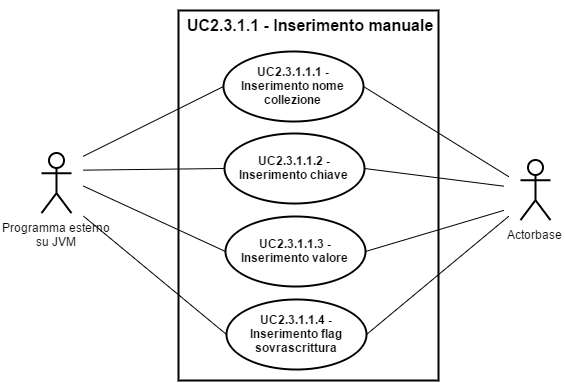
ScalateKids/Actorbase-Documents keeps this draw.io diagram as img/UseCases/UC2_3_1_1.png. Above is the earlier version. Source tidied: cells renumbered, new cells last; positions are measured from the earlier drawing's top-left corner, leaving out a move shared by most shapes. The source it was exported from:
```xml
<mxGraphModel background="#ffffff">
  <root>
    <mxCell id="0" />
    <mxCell id="1" parent="0" />
    <mxCell id="2" style="html=1;shadow=0;glass=0;strokeWidth=2;fillColor=none;" parent="1" vertex="1">
      <mxGeometry x="137" y="8" width="260" height="370" as="geometry" />
    </mxCell>
    <mxCell id="3" value="&lt;b&gt;UC&lt;/b&gt;&lt;span&gt;&lt;b&gt;2.3&lt;/b&gt;&lt;/span&gt;&lt;b&gt;.1.1.1 - Inserimento nome collezione&lt;/b&gt;" style="ellipse;whiteSpace=wrap;html=1;shadow=0;glass=0;strokeWidth=2;fillColor=none;" parent="1" vertex="1">
      <mxGeometry x="182" y="48.6" width="140" height="70" as="geometry" />
    </mxCell>
    <mxCell id="4" value="&lt;b&gt;UC&lt;/b&gt;&lt;b&gt;2.3&lt;/b&gt;&lt;b&gt;.1.1.2 - Inserimento chiave&lt;/b&gt;" style="ellipse;whiteSpace=wrap;html=1;shadow=0;glass=0;strokeWidth=2;fillColor=none;" parent="1" vertex="1">
      <mxGeometry x="183" y="130.6" width="140" height="70" as="geometry" />
    </mxCell>
    <mxCell id="5" value="&lt;b&gt;UC&lt;/b&gt;&lt;b&gt;2.3&lt;/b&gt;&lt;b&gt;.1.1.3 - Inserimento valore&lt;/b&gt;" style="ellipse;whiteSpace=wrap;html=1;shadow=0;glass=0;strokeWidth=2;fillColor=none;" parent="1" vertex="1">
      <mxGeometry x="184" y="213.6" width="140" height="70" as="geometry" />
    </mxCell>
    <mxCell id="6" value="&lt;font style=&quot;font-size: 16px&quot;&gt;UC2.3.1.1 - Inserimento manuale&lt;/font&gt;" style="text;html=1;fontSize=24;fontStyle=1;verticalAlign=middle;align=center;shadow=0;glass=0;strokeWidth=2;fillColor=none;" parent="1" vertex="1">
      <mxGeometry x="219" y="-0.4" width="100" height="40" as="geometry" />
    </mxCell>
    <mxCell id="7" value="&lt;b&gt;UC&lt;/b&gt;&lt;b&gt;2.3&lt;/b&gt;&lt;b&gt;.1.1.4 - Inserimento flag sovrascrittura&lt;/b&gt;" style="ellipse;whiteSpace=wrap;html=1;shadow=0;glass=0;strokeWidth=2;fillColor=none;" parent="1" vertex="1">
      <mxGeometry x="185" y="296.6" width="140" height="70" as="geometry" />
    </mxCell>
    <mxCell id="8" value="&lt;span&gt;Programma esterno&lt;/span&gt;&lt;div&gt;su JVM&lt;/div&gt;" style="shape=umlActor;verticalLabelPosition=bottom;labelBackgroundColor=#ffffff;verticalAlign=top;html=1;shadow=0;glass=0;strokeWidth=2;fillColor=none;" parent="1" vertex="1">
      <mxGeometry y="150.6" width="30" height="60" as="geometry" />
    </mxCell>
    <mxCell id="9" style="endArrow=none;html=1;strokeWidth=1;entryX=0;entryY=0.5;" parent="1" edge="1" target="3">
      <mxGeometry x="-545" y="1917.4" as="geometry">
        <mxPoint x="42" y="153.6" as="sourcePoint" />
      </mxGeometry>
    </mxCell>
    <mxCell id="10" style="endArrow=none;html=1;strokeWidth=1;entryX=0;entryY=0.5;" parent="1" edge="1" target="4">
      <mxGeometry x="-545" y="1999.6" as="geometry">
        <mxPoint x="42" y="167.6" as="sourcePoint" />
      </mxGeometry>
    </mxCell>
    <mxCell id="11" style="endArrow=none;html=1;strokeWidth=1;entryX=0;entryY=0.5;" parent="1" edge="1" target="5">
      <mxGeometry x="-545" y="2015.6" as="geometry">
        <mxPoint x="42" y="183.6" as="sourcePoint" />
      </mxGeometry>
    </mxCell>
    <mxCell id="12" style="endArrow=none;html=1;strokeWidth=1;entryX=0;entryY=0.5;" parent="1" edge="1" target="7">
      <mxGeometry x="-545" y="2045.6" as="geometry">
        <mxPoint x="42" y="213.6" as="sourcePoint" />
      </mxGeometry>
    </mxCell>
    <mxCell id="13" value="Actorbase" style="shape=umlActor;verticalLabelPosition=bottom;labelBackgroundColor=#ffffff;verticalAlign=top;html=1;shadow=0;glass=0;strokeWidth=2;fillColor=none;" parent="1" vertex="1">
      <mxGeometry x="479" y="157.6" width="30" height="60" as="geometry" />
    </mxCell>
    <mxCell id="14" style="endArrow=none;html=1;strokeWidth=1;exitX=1;exitY=0.5;" parent="1" edge="1" source="3">
      <mxGeometry x="-362.1" y="1934.9" as="geometry">
        <mxPoint x="467" y="174" as="targetPoint" />
      </mxGeometry>
    </mxCell>
    <mxCell id="15" style="endArrow=none;html=1;strokeWidth=1;exitX=1;exitY=0.5;" parent="1" edge="1" source="4">
      <mxGeometry x="-352.2" y="1999.8" as="geometry">
        <mxPoint x="462" y="183.6" as="targetPoint" />
      </mxGeometry>
    </mxCell>
    <mxCell id="16" style="endArrow=none;html=1;strokeWidth=1;exitX=1;exitY=0.5;" parent="1" edge="1" source="5">
      <mxGeometry x="-351.1" y="2025.6" as="geometry">
        <mxPoint x="462" y="208" as="targetPoint" />
      </mxGeometry>
    </mxCell>
    <mxCell id="17" style="endArrow=none;html=1;strokeWidth=1;exitX=1;exitY=0.5;" parent="1" edge="1" source="7">
      <mxGeometry x="-369.9" y="2045.6" as="geometry">
        <mxPoint x="467" y="214" as="targetPoint" />
      </mxGeometry>
    </mxCell>
  </root>
</mxGraphModel>
```
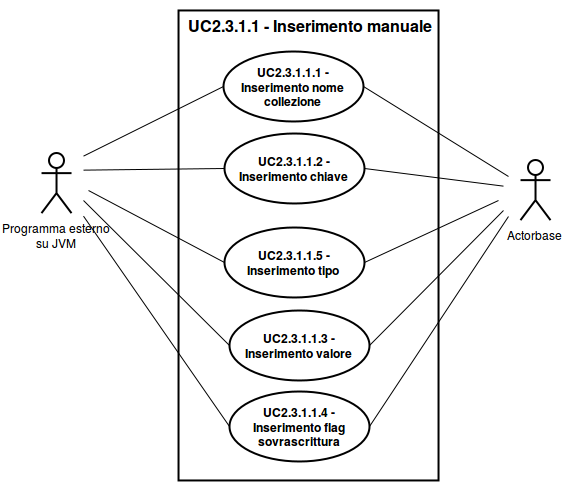
Later version of the same file.

Commit message:
aggiunto tipo nei casi d'uso di insert item

The edit, as a diff of the source:
```diff
@@ -3,7 +3,7 @@
     <mxCell id="0" />
     <mxCell id="1" parent="0" />
     <mxCell id="2" style="html=1;shadow=0;glass=0;strokeWidth=2;fillColor=none;" parent="1" vertex="1">
-      <mxGeometry x="137" y="8" width="260" height="370" as="geometry" />
+      <mxGeometry x="137" y="8" width="260" height="470" as="geometry" />
     </mxCell>
     <mxCell id="3" value="&lt;b&gt;UC&lt;/b&gt;&lt;span&gt;&lt;b&gt;2.3&lt;/b&gt;&lt;/span&gt;&lt;b&gt;.1.1.1 - Inserimento nome collezione&lt;/b&gt;" style="ellipse;whiteSpace=wrap;html=1;shadow=0;glass=0;strokeWidth=2;fillColor=none;" parent="1" vertex="1">
       <mxGeometry x="182" y="48.6" width="140" height="70" as="geometry" />
@@ -12,13 +12,13 @@
       <mxGeometry x="183" y="130.6" width="140" height="70" as="geometry" />
     </mxCell>
     <mxCell id="5" value="&lt;b&gt;UC&lt;/b&gt;&lt;b&gt;2.3&lt;/b&gt;&lt;b&gt;.1.1.3 - Inserimento valore&lt;/b&gt;" style="ellipse;whiteSpace=wrap;html=1;shadow=0;glass=0;strokeWidth=2;fillColor=none;" parent="1" vertex="1">
-      <mxGeometry x="184" y="213.6" width="140" height="70" as="geometry" />
+      <mxGeometry x="188" y="307.6" width="140" height="70" as="geometry" />
     </mxCell>
     <mxCell id="6" value="&lt;font style=&quot;font-size: 16px&quot;&gt;UC2.3.1.1 - Inserimento manuale&lt;/font&gt;" style="text;html=1;fontSize=24;fontStyle=1;verticalAlign=middle;align=center;shadow=0;glass=0;strokeWidth=2;fillColor=none;" parent="1" vertex="1">
       <mxGeometry x="219" y="-0.4" width="100" height="40" as="geometry" />
     </mxCell>
     <mxCell id="7" value="&lt;b&gt;UC&lt;/b&gt;&lt;b&gt;2.3&lt;/b&gt;&lt;b&gt;.1.1.4 - Inserimento flag sovrascrittura&lt;/b&gt;" style="ellipse;whiteSpace=wrap;html=1;shadow=0;glass=0;strokeWidth=2;fillColor=none;" parent="1" vertex="1">
-      <mxGeometry x="185" y="296.6" width="140" height="70" as="geometry" />
+      <mxGeometry x="188" y="388.6" width="140" height="70" as="geometry" />
     </mxCell>
     <mxCell id="8" value="&lt;span&gt;Programma esterno&lt;/span&gt;&lt;div&gt;su JVM&lt;/div&gt;" style="shape=umlActor;verticalLabelPosition=bottom;labelBackgroundColor=#ffffff;verticalAlign=top;html=1;shadow=0;glass=0;strokeWidth=2;fillColor=none;" parent="1" vertex="1">
       <mxGeometry y="150.6" width="30" height="60" as="geometry" />
@@ -35,7 +35,7 @@
     </mxCell>
     <mxCell id="11" style="endArrow=none;html=1;strokeWidth=1;entryX=0;entryY=0.5;" parent="1" edge="1" target="5">
       <mxGeometry x="-545" y="2015.6" as="geometry">
-        <mxPoint x="42" y="183.6" as="sourcePoint" />
+        <mxPoint x="42" y="198" as="sourcePoint" />
       </mxGeometry>
     </mxCell>
     <mxCell id="12" style="endArrow=none;html=1;strokeWidth=1;entryX=0;entryY=0.5;" parent="1" edge="1" target="7">
@@ -66,5 +66,18 @@
         <mxPoint x="467" y="214" as="targetPoint" />
       </mxGeometry>
     </mxCell>
+    <mxCell id="18" value="&lt;b&gt;UC&lt;/b&gt;&lt;b&gt;2.3&lt;/b&gt;&lt;b&gt;.1.1.5 - Inserimento tipo&lt;br&gt;&lt;/b&gt;" style="ellipse;whiteSpace=wrap;html=1;shadow=0;glass=0;strokeWidth=2;fillColor=none;" parent="1" vertex="1">
+      <mxGeometry x="183" y="224.6" width="140" height="70" as="geometry" />
+    </mxCell>
+    <mxCell id="19" style="endArrow=none;html=1;strokeWidth=1;exitX=1;exitY=0.5;" parent="1" edge="1" source="18">
+      <mxGeometry x="-359.9" y="2055.6" as="geometry">
+        <mxPoint x="457" y="198" as="targetPoint" />
+      </mxGeometry>
+    </mxCell>
+    <mxCell id="20" style="endArrow=none;html=1;strokeWidth=1;entryX=0;entryY=0.5;" parent="1" edge="1" target="18">
+      <mxGeometry x="-535" y="2025.6" as="geometry">
+        <mxPoint x="47" y="188" as="sourcePoint" />
+      </mxGeometry>
+    </mxCell>
   </root>
 </mxGraphModel>
```
